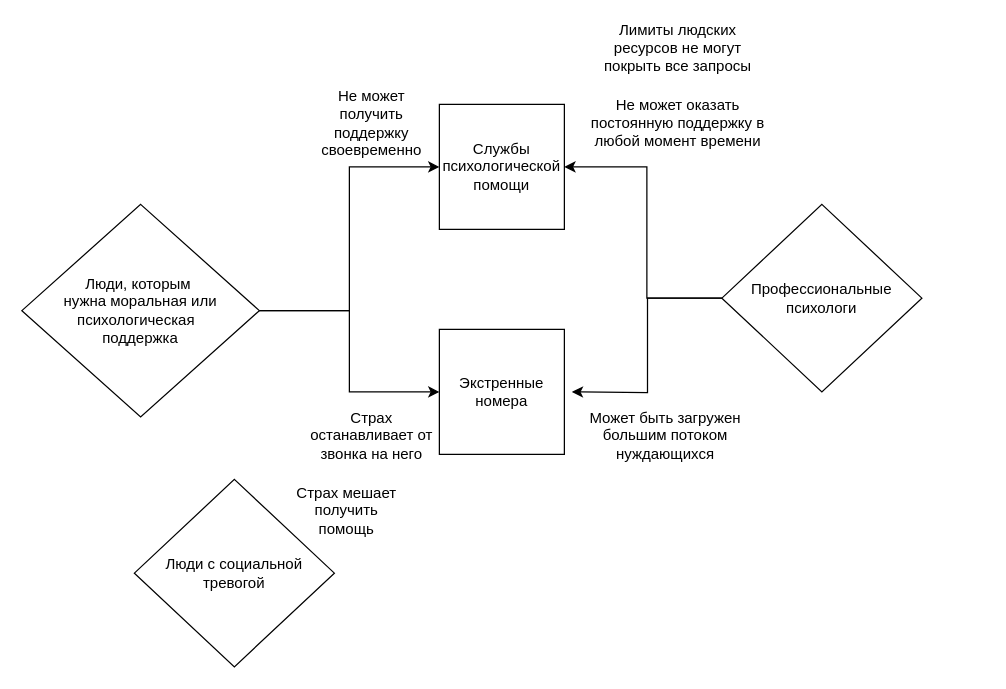
AptM1Apt/drawioUML keeps this draw.io diagram as Диаграмма без названия.drawio. Above is the earlier version. Source tidied: cells renumbered, new cells numbered last; positions are measured from the earlier drawing's top-left corner, leaving out a move shared by most shapes. Both pictures are drawn from the tidied source at 125%, with x=0, y=0 at pixel (21, 29).
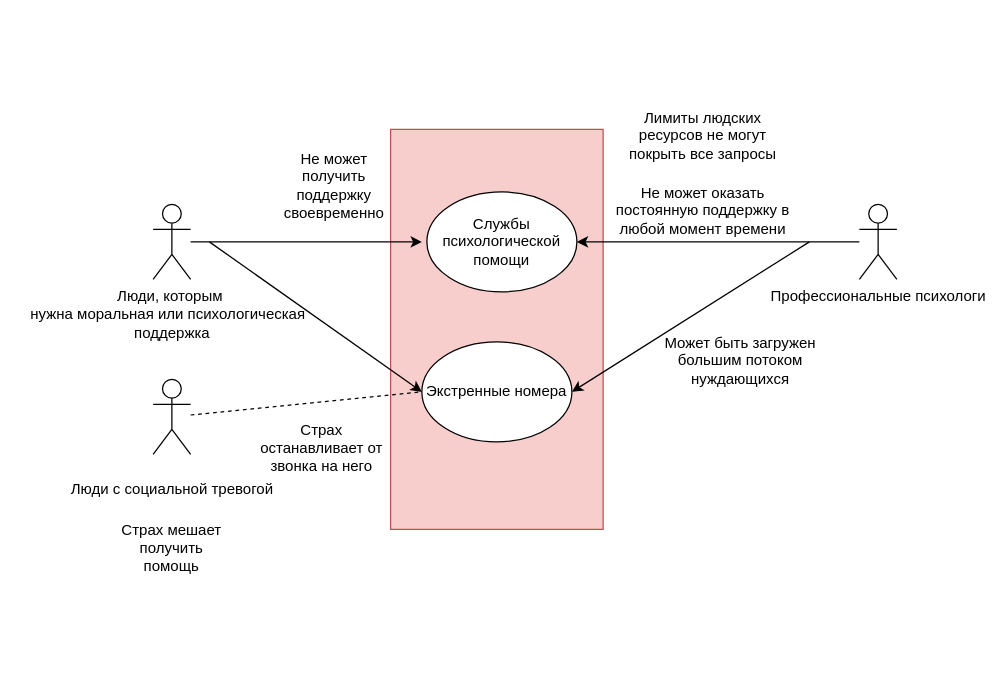
The same diagram, later.

What changed in the source:
```diff
@@
-    <mxCell id="2" style="edgeStyle=orthogonalEdgeStyle;rounded=0;jettySize=auto;html=1;exitX=1;exitY=0.5;exitDx=0;exitDy=0;entryX=0;entryY=0.5;entryDx=0;entryDy=0;" parent="1" edge="1" source="4" target="11">
-      <mxGeometry relative="1" as="geometry" />
-    </mxCell>
-    <mxCell id="3" style="edgeStyle=orthogonalEdgeStyle;rounded=0;jettySize=auto;html=1;exitX=1;exitY=0.5;exitDx=0;exitDy=0;entryX=0;entryY=0.5;entryDx=0;entryDy=0;" parent="1" edge="1" source="4" target="12">
-      <mxGeometry relative="1" as="geometry" />
-    </mxCell>
-    <mxCell id="4" value="&lt;div&gt;Люди, которым&amp;nbsp;&lt;/div&gt;&lt;div&gt;нужна моральная или психологическая&amp;nbsp;&amp;nbsp;&lt;/div&gt;&lt;div&gt;поддержка&lt;/div&gt;" style="rhombus;whiteSpace=wrap;html=1;" parent="1" vertex="1">
-      <mxGeometry y="140" width="190" height="170" as="geometry" />
-    </mxCell>
-    <mxCell id="5" style="edgeStyle=orthogonalEdgeStyle;rounded=0;jettySize=auto;html=1;entryX=1;entryY=0.5;entryDx=0;entryDy=0;exitX=0;exitY=0.5;exitDx=0;exitDy=0;" parent="1" edge="1" source="7" target="11">
-      <mxGeometry relative="1" as="geometry">
-        <Array as="points">
-          <mxPoint x="500" y="215" />
-          <mxPoint x="500" y="110" />
-        </Array>
-      </mxGeometry>
-    </mxCell>
-    <mxCell id="6" style="edgeStyle=orthogonalEdgeStyle;rounded=0;jettySize=auto;html=1;exitX=0;exitY=0.5;exitDx=0;exitDy=0;" parent="1" edge="1" source="7">
-      <mxGeometry relative="1" as="geometry">
-        <mxPoint x="440" y="290" as="targetPoint" />
-      </mxGeometry>
-    </mxCell>
-    <mxCell id="7" value="Профессиональные психологи" style="rhombus;whiteSpace=wrap;html=1;" parent="1" vertex="1">
-      <mxGeometry x="560" y="140" width="160" height="150" as="geometry" />
-    </mxCell>
+    <mxCell id="17" style="rounded=0;whiteSpace=wrap;html=1;fillColor=#f8cecc;strokeColor=#b85450;" parent="1" vertex="1">
+      <mxGeometry x="295" y="80" width="170" height="320" as="geometry" />
+    </mxCell>
     <mxCell id="8" value="&lt;div&gt;Не может получить поддержку своевременно&lt;/div&gt;" style="text;html=1;align=center;verticalAlign=middle;whiteSpace=wrap;rounded=0;" parent="1" vertex="1">
-      <mxGeometry x="250" y="60" width="60" height="30" as="geometry" />
+      <mxGeometry x="220" y="110" width="60" height="30" as="geometry" />
     </mxCell>
     <mxCell id="9" value="Не может оказать постоянную поддержку в любой момент времени" style="text;html=1;align=center;verticalAlign=middle;whiteSpace=wrap;rounded=0;" parent="1" vertex="1">
-      <mxGeometry x="450" y="60" width="150" height="30" as="geometry" />
+      <mxGeometry x="470" y="130" width="150" height="30" as="geometry" />
     </mxCell>
     <mxCell id="10" value="Может быть загружен большим потоком нуждающихся" style="text;html=1;align=center;verticalAlign=middle;whiteSpace=wrap;rounded=0;" parent="1" vertex="1">
-      <mxGeometry x="440" y="310" width="150" height="30" as="geometry" />
+      <mxGeometry x="500" y="250" width="150" height="30" as="geometry" />
     </mxCell>
-    <mxCell id="11" value="Службы психологической помощи" style="whiteSpace=wrap;html=1;" parent="1" vertex="1">
-      <mxGeometry x="334" y="60" width="100" height="100" as="geometry" />
-    </mxCell>
-    <mxCell id="12" value="Экстренные номера" style="whiteSpace=wrap;html=1;" parent="1" vertex="1">
-      <mxGeometry x="334" y="240" width="100" height="100" as="geometry" />
-    </mxCell>
     <mxCell id="13" value="&lt;div&gt;Страх мешает получить помощь&lt;/div&gt;" style="text;html=1;align=center;verticalAlign=middle;whiteSpace=wrap;rounded=0;" parent="1" vertex="1">
-      <mxGeometry x="210" y="370" width="100" height="30" as="geometry" />
+      <mxGeometry x="70" y="400" width="100" height="30" as="geometry" />
     </mxCell>
-    <mxCell id="14" value="Люди с социальной тревогой" style="rhombus;whiteSpace=wrap;html=1;" parent="1" vertex="1">
-      <mxGeometry x="90" y="360" width="160" height="150" as="geometry" />
-    </mxCell>
     <mxCell id="15" value="Страх останавливает от звонка на него" style="text;html=1;align=center;verticalAlign=middle;whiteSpace=wrap;rounded=0;" parent="1" vertex="1">
-      <mxGeometry x="230" y="310" width="100" height="30" as="geometry" />
+      <mxGeometry x="190" y="320" width="100" height="30" as="geometry" />
     </mxCell>
     <mxCell id="16" value="Лимиты людских ресурсов не могут покрыть все запросы" style="text;html=1;align=center;verticalAlign=middle;whiteSpace=wrap;rounded=0;" parent="1" vertex="1">
-      <mxGeometry x="450" width="150" height="30" as="geometry" />
+      <mxGeometry x="470" y="70" width="150" height="30" as="geometry" />
     </mxCell>
+    <mxCell id="14" value="&#10;Люди с социальной тревогой&#10;&#10;" style="shape=umlActor;verticalLabelPosition=bottom;verticalAlign=top;html=1;outlineConnect=0;" parent="1" vertex="1">
+      <mxGeometry x="105" y="280" width="30" height="60" as="geometry" />
+    </mxCell>
+    <mxCell id="18" style="edgeStyle=orthogonalEdgeStyle;rounded=0;jettySize=auto;html=1;" parent="1" edge="1" source="4">
+      <mxGeometry relative="1" as="geometry">
+        <mxPoint x="320" y="170" as="targetPoint" />
+      </mxGeometry>
+    </mxCell>
+    <mxCell id="4" value="&lt;div&gt;Люди, которым&amp;nbsp;&lt;/div&gt;&lt;div&gt;нужна моральная или психологическая&amp;nbsp;&amp;nbsp;&lt;/div&gt;&lt;div&gt;поддержка&lt;/div&gt;" style="shape=umlActor;verticalLabelPosition=bottom;verticalAlign=top;html=1;outlineConnect=0;" parent="1" vertex="1">
+      <mxGeometry x="105" y="140" width="30" height="60" as="geometry" />
+    </mxCell>
+    <mxCell id="5" style="edgeStyle=orthogonalEdgeStyle;rounded=0;jettySize=auto;html=1;entryX=1;entryY=0.5;entryDx=0;entryDy=0;" parent="1" edge="1" source="7" target="11">
+      <mxGeometry relative="1" as="geometry" />
+    </mxCell>
+    <mxCell id="7" value="Профессиональные психологи" style="shape=umlActor;verticalLabelPosition=bottom;verticalAlign=top;html=1;outlineConnect=0;" parent="1" vertex="1">
+      <mxGeometry x="670" y="140" width="30" height="60" as="geometry" />
+    </mxCell>
+    <mxCell id="12" value="Экстренные номера" style="ellipse;whiteSpace=wrap;html=1;" parent="1" vertex="1">
+      <mxGeometry x="320" y="250" width="120" height="80" as="geometry" />
+    </mxCell>
+    <mxCell id="11" value="Службы психологической помощи" style="ellipse;whiteSpace=wrap;html=1;" parent="1" vertex="1">
+      <mxGeometry x="324" y="130" width="120" height="80" as="geometry" />
+    </mxCell>
+    <mxCell id="19" style="endArrow=classic;html=1;rounded=0;entryX=0;entryY=0.5;entryDx=0;entryDy=0;" parent="1" edge="1" target="12">
+      <mxGeometry relative="1" as="geometry">
+        <mxPoint x="150" y="170" as="sourcePoint" />
+      </mxGeometry>
+    </mxCell>
+    <mxCell id="20" style="endArrow=classic;html=1;rounded=0;entryX=1;entryY=0.5;entryDx=0;entryDy=0;" parent="1" edge="1" target="12">
+      <mxGeometry relative="1" as="geometry">
+        <mxPoint x="630" y="170" as="sourcePoint" />
+      </mxGeometry>
+    </mxCell>
+    <mxCell id="21" style="endArrow=none;dashed=1;html=1;rounded=0;" parent="1" edge="1" source="14">
+      <mxGeometry relative="1" as="geometry">
+        <mxPoint x="320" y="290" as="targetPoint" />
+      </mxGeometry>
+    </mxCell>
```
